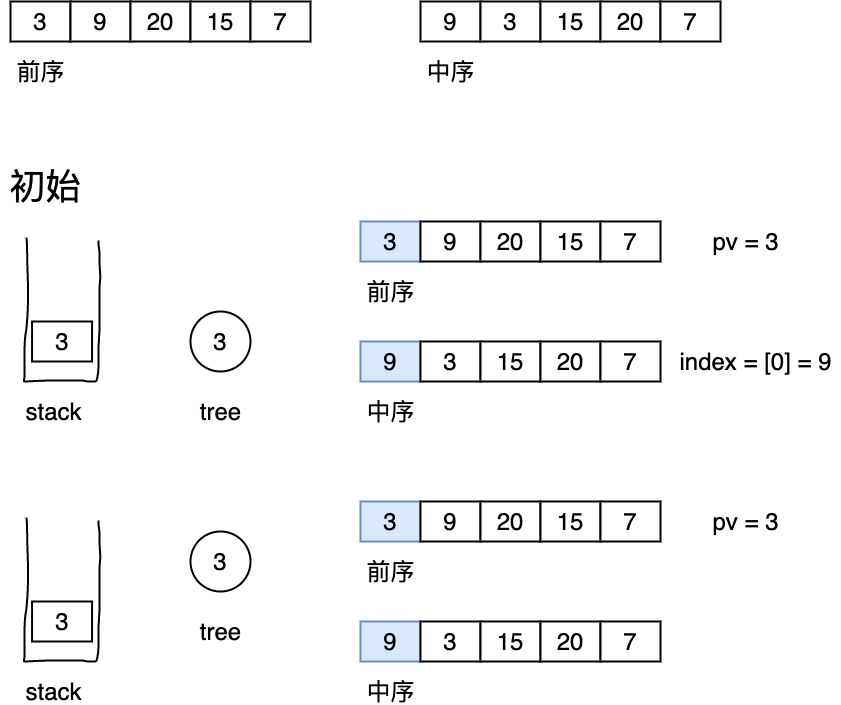
The draw.io diagram offer_07.png in autsu/diagrams, before a commit. Source tidied: cells renumbered, new cells last; positions are measured from the earlier drawing's top-left corner, leaving out a move shared by most shapes.
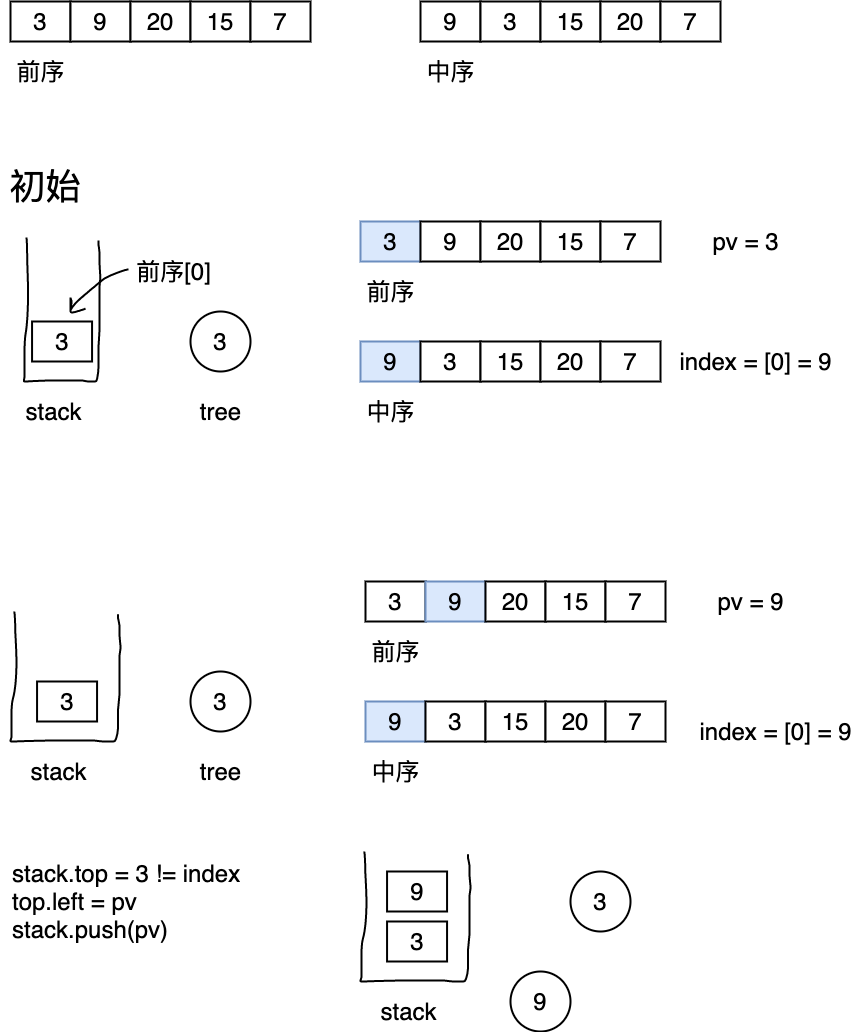
Later version of the same file.

Diff of the diagram source:
```diff
@@ -99,58 +99,88 @@
       <mxGeometry x="705" y="230" width="80" height="20" as="geometry" />
     </mxCell>
     <mxCell id="34" style="shape=(stored shape, 1588 characters);fillColor=none;strokeWidth=2;" parent="1" vertex="1">
-      <mxGeometry x="23.4" y="516" width="76.4" height="144" as="geometry" />
+      <mxGeometry x="10" y="610" width="110" height="130" as="geometry" />
     </mxCell>
     <mxCell id="35" value="&lt;span style=&quot;font-size: 24px&quot;&gt;3&lt;/span&gt;" style="rounded=0;whiteSpace=wrap;html=1;strokeWidth=2;" parent="1" vertex="1">
-      <mxGeometry x="31.6" y="600" width="60" height="40" as="geometry" />
+      <mxGeometry x="36.6" y="680" width="60" height="40" as="geometry" />
     </mxCell>
     <mxCell id="36" value="&lt;font style=&quot;font-size: 24px&quot;&gt;3&lt;/font&gt;" style="ellipse;whiteSpace=wrap;html=1;strokeWidth=2;" parent="1" vertex="1">
-      <mxGeometry x="190" y="530" width="60" height="60" as="geometry" />
+      <mxGeometry x="190" y="670" width="60" height="60" as="geometry" />
     </mxCell>
-    <mxCell id="37" value="&lt;font style=&quot;font-size: 24px&quot;&gt;3&lt;/font&gt;" style="rounded=0;whiteSpace=wrap;html=1;strokeWidth=2;fillColor=#dae8fc;strokeColor=#6c8ebf;" parent="1" vertex="1">
-      <mxGeometry x="360" y="500" width="60" height="40" as="geometry" />
+    <mxCell id="37" value="&lt;font style=&quot;font-size: 24px&quot;&gt;3&lt;/font&gt;" style="rounded=0;whiteSpace=wrap;html=1;strokeWidth=2;" parent="1" vertex="1">
+      <mxGeometry x="365" y="580" width="60" height="40" as="geometry" />
     </mxCell>
-    <mxCell id="38" value="&lt;span style=&quot;font-size: 24px&quot;&gt;9&lt;/span&gt;" style="rounded=0;whiteSpace=wrap;html=1;strokeWidth=2;" parent="1" vertex="1">
-      <mxGeometry x="420" y="500" width="60" height="40" as="geometry" />
+    <mxCell id="38" value="&lt;span style=&quot;font-size: 24px&quot;&gt;9&lt;/span&gt;" style="rounded=0;whiteSpace=wrap;html=1;strokeWidth=2;fillColor=#dae8fc;strokeColor=#6c8ebf;" parent="1" vertex="1">
+      <mxGeometry x="425" y="580" width="60" height="40" as="geometry" />
     </mxCell>
     <mxCell id="39" value="&lt;span style=&quot;font-size: 24px&quot;&gt;20&lt;/span&gt;" style="rounded=0;whiteSpace=wrap;html=1;strokeWidth=2;" parent="1" vertex="1">
-      <mxGeometry x="480" y="500" width="60" height="40" as="geometry" />
+      <mxGeometry x="485" y="580" width="60" height="40" as="geometry" />
     </mxCell>
     <mxCell id="40" value="&lt;span style=&quot;font-size: 24px&quot;&gt;15&lt;/span&gt;" style="rounded=0;whiteSpace=wrap;html=1;strokeWidth=2;" parent="1" vertex="1">
-      <mxGeometry x="540" y="500" width="60" height="40" as="geometry" />
+      <mxGeometry x="545" y="580" width="60" height="40" as="geometry" />
     </mxCell>
     <mxCell id="41" value="&lt;span style=&quot;font-size: 24px&quot;&gt;7&lt;/span&gt;" style="rounded=0;whiteSpace=wrap;html=1;strokeWidth=2;" parent="1" vertex="1">
-      <mxGeometry x="600" y="500" width="60" height="40" as="geometry" />
+      <mxGeometry x="605" y="580" width="60" height="40" as="geometry" />
     </mxCell>
     <mxCell id="42" value="&lt;font style=&quot;font-size: 24px&quot;&gt;前序&lt;/font&gt;" style="text;html=1;align=center;verticalAlign=middle;fillColor=none;strokeColor=none;rounded=0;" parent="1" vertex="1">
-      <mxGeometry x="360" y="560" width="60" height="20" as="geometry" />
+      <mxGeometry x="365" y="640" width="60" height="20" as="geometry" />
     </mxCell>
     <mxCell id="43" value="&lt;span style=&quot;font-size: 24px&quot;&gt;9&lt;/span&gt;" style="rounded=0;whiteSpace=wrap;html=1;strokeWidth=2;fillColor=#dae8fc;strokeColor=#6c8ebf;" parent="1" vertex="1">
-      <mxGeometry x="360" y="620" width="60" height="40" as="geometry" />
+      <mxGeometry x="365" y="700" width="60" height="40" as="geometry" />
     </mxCell>
     <mxCell id="44" value="&lt;span style=&quot;font-size: 24px&quot;&gt;3&lt;/span&gt;" style="rounded=0;whiteSpace=wrap;html=1;strokeWidth=2;" parent="1" vertex="1">
-      <mxGeometry x="420" y="620" width="60" height="40" as="geometry" />
+      <mxGeometry x="425" y="700" width="60" height="40" as="geometry" />
     </mxCell>
     <mxCell id="45" value="&lt;span style=&quot;font-size: 24px&quot;&gt;15&lt;/span&gt;" style="rounded=0;whiteSpace=wrap;html=1;strokeWidth=2;" parent="1" vertex="1">
-      <mxGeometry x="480" y="620" width="60" height="40" as="geometry" />
+      <mxGeometry x="485" y="700" width="60" height="40" as="geometry" />
     </mxCell>
     <mxCell id="46" value="&lt;span style=&quot;font-size: 24px&quot;&gt;20&lt;/span&gt;" style="rounded=0;whiteSpace=wrap;html=1;strokeWidth=2;" parent="1" vertex="1">
-      <mxGeometry x="540" y="620" width="60" height="40" as="geometry" />
+      <mxGeometry x="545" y="700" width="60" height="40" as="geometry" />
     </mxCell>
     <mxCell id="47" value="&lt;span style=&quot;font-size: 24px&quot;&gt;7&lt;/span&gt;" style="rounded=0;whiteSpace=wrap;html=1;strokeWidth=2;" parent="1" vertex="1">
-      <mxGeometry x="600" y="620" width="60" height="40" as="geometry" />
+      <mxGeometry x="605" y="700" width="60" height="40" as="geometry" />
     </mxCell>
     <mxCell id="48" value="&lt;font style=&quot;font-size: 24px&quot;&gt;中序&lt;/font&gt;" style="text;html=1;align=center;verticalAlign=middle;fillColor=none;strokeColor=none;rounded=0;" parent="1" vertex="1">
-      <mxGeometry x="360" y="680" width="60" height="20" as="geometry" />
+      <mxGeometry x="365" y="760" width="60" height="20" as="geometry" />
     </mxCell>
     <mxCell id="49" value="&lt;font style=&quot;font-size: 24px&quot;&gt;stack&lt;/font&gt;" style="text;html=1;align=center;verticalAlign=middle;fillColor=none;strokeColor=none;rounded=0;" parent="1" vertex="1">
-      <mxGeometry x="18.4" y="680" width="70" height="20" as="geometry" />
+      <mxGeometry x="23.4" y="760" width="70" height="20" as="geometry" />
     </mxCell>
     <mxCell id="50" value="&lt;font style=&quot;font-size: 24px&quot;&gt;tree&lt;/font&gt;" style="text;html=1;align=center;verticalAlign=middle;fillColor=none;strokeColor=none;rounded=0;" parent="1" vertex="1">
-      <mxGeometry x="190" y="620" width="60" height="20" as="geometry" />
+      <mxGeometry x="190" y="760" width="60" height="20" as="geometry" />
     </mxCell>
-    <mxCell id="51" value="&lt;font style=&quot;font-size: 24px&quot;&gt;pv = 3&lt;/font&gt;" style="text;html=1;align=center;verticalAlign=middle;fillColor=none;strokeColor=none;rounded=0;" parent="1" vertex="1">
-      <mxGeometry x="705" y="510" width="80" height="20" as="geometry" />
+    <mxCell id="51" value="&lt;font style=&quot;font-size: 24px&quot;&gt;pv = 9&lt;/font&gt;" style="text;html=1;align=center;verticalAlign=middle;fillColor=none;strokeColor=none;rounded=0;" parent="1" vertex="1">
+      <mxGeometry x="710" y="590" width="80" height="20" as="geometry" />
     </mxCell>
+    <mxCell id="52" style="shape=(stored shape, 1236 characters);fillColor=none;strokeWidth=2;" parent="1" vertex="1">
+      <mxGeometry x="70" y="268" width="58" height="43" as="geometry" />
+    </mxCell>
+    <mxCell id="53" value="&lt;font style=&quot;font-size: 24px&quot;&gt;前序[0]&lt;/font&gt;" style="text;html=1;align=center;verticalAlign=middle;fillColor=none;strokeColor=none;rounded=0;" parent="1" vertex="1">
+      <mxGeometry x="128" y="260" width="90" height="20" as="geometry" />
+    </mxCell>
+    <mxCell id="54" value="&lt;font style=&quot;font-size: 24px&quot;&gt;index = [0] = 9&lt;/font&gt;" style="text;html=1;align=center;verticalAlign=middle;fillColor=none;strokeColor=none;rounded=0;" parent="1" vertex="1">
+      <mxGeometry x="690" y="720" width="170" height="20" as="geometry" />
+    </mxCell>
+    <mxCell id="55" value="&lt;font style=&quot;font-size: 24px&quot;&gt;stack.top = 3 != index&lt;br&gt;top.left = pv&lt;br&gt;stack.push(pv)&lt;br&gt;&lt;/font&gt;" style="text;html=1;align=left;verticalAlign=middle;fillColor=none;strokeColor=none;rounded=0;" parent="1" vertex="1">
+      <mxGeometry x="10" y="870" width="240" height="60" as="geometry" />
+    </mxCell>
+    <mxCell id="56" style="shape=(stored shape, 1588 characters);fillColor=none;strokeWidth=2;" parent="1" vertex="1">
+      <mxGeometry x="360" y="850" width="110" height="130" as="geometry" />
+    </mxCell>
+    <mxCell id="57" value="&lt;span style=&quot;font-size: 24px&quot;&gt;3&lt;/span&gt;" style="rounded=0;whiteSpace=wrap;html=1;strokeWidth=2;" parent="1" vertex="1">
+      <mxGeometry x="386.6" y="920" width="60" height="40" as="geometry" />
+    </mxCell>
+    <mxCell id="58" value="&lt;font style=&quot;font-size: 24px&quot;&gt;3&lt;/font&gt;" style="ellipse;whiteSpace=wrap;html=1;strokeWidth=2;" parent="1" vertex="1">
+      <mxGeometry x="570" y="870" width="60" height="60" as="geometry" />
+    </mxCell>
+    <mxCell id="59" value="&lt;font style=&quot;font-size: 24px&quot;&gt;stack&lt;/font&gt;" style="text;html=1;align=center;verticalAlign=middle;fillColor=none;strokeColor=none;rounded=0;" parent="1" vertex="1">
+      <mxGeometry x="373.4" y="1000" width="70" height="20" as="geometry" />
+    </mxCell>
+    <mxCell id="60" value="&lt;span style=&quot;font-size: 24px&quot;&gt;9&lt;/span&gt;" style="rounded=0;whiteSpace=wrap;html=1;strokeWidth=2;" parent="1" vertex="1">
+      <mxGeometry x="386.6" y="870" width="60" height="40" as="geometry" />
+    </mxCell>
+    <mxCell id="61" value="&lt;font style=&quot;font-size: 24px&quot;&gt;9&lt;/font&gt;" style="ellipse;whiteSpace=wrap;html=1;strokeWidth=2;" parent="1" vertex="1">
+      <mxGeometry x="510" y="970" width="60" height="60" as="geometry" />
+    </mxCell>
   </root>
 </mxGraphModel>
```
